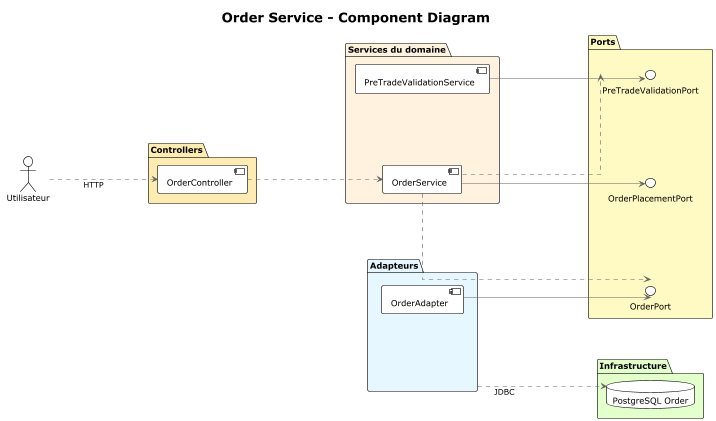
Hugo-12341234/BrokerX_MicroServices keeps this PlantUML diagram as docs/architecture/4+1/developmentView/componentDiagram-order.png. Above is the earlier version.
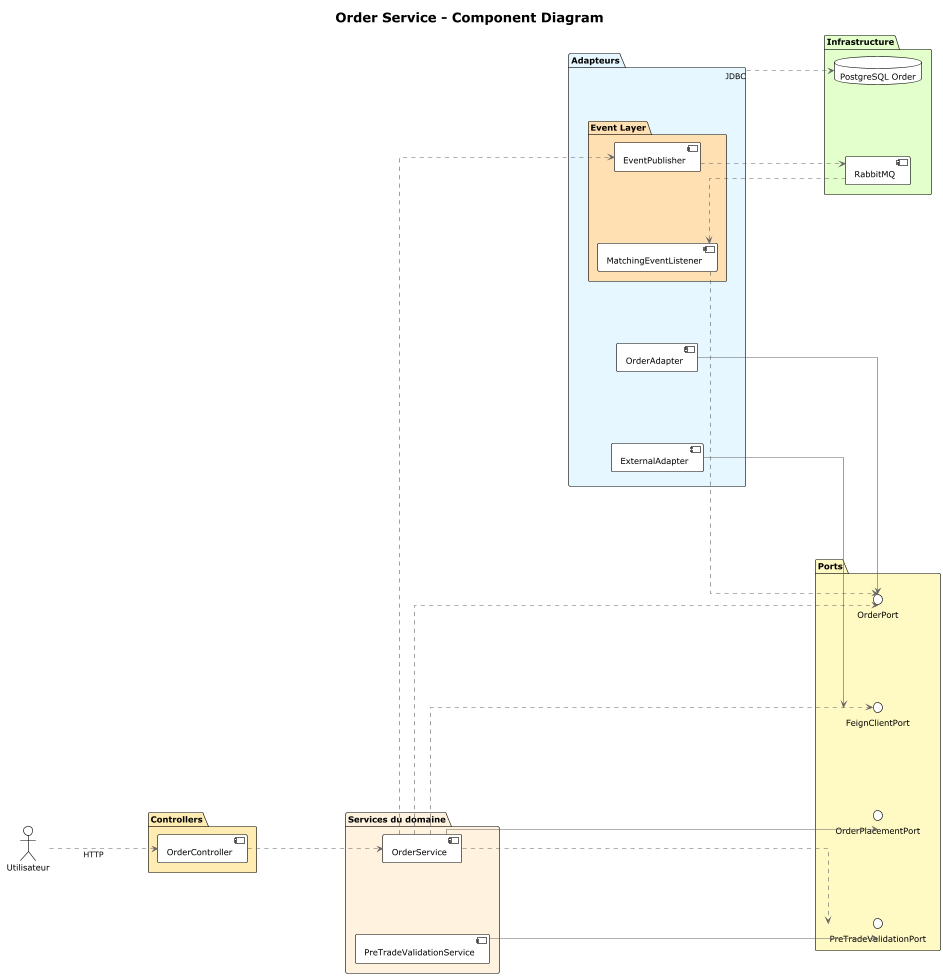
The same file after the commit.

Change to the diagram source:
```diff
@@ -25,16 +25,25 @@
 
 package "Adapteurs" #E6F7FF {
   [OrderAdapter] as OrderAdapter
+
+  package "Event Layer" #FFE0B2 {
+      [MatchingEventListener] as OrderListener
+      [EventPublisher] as EventPublisher
+  }
+
+  [ExternalAdapter] as ExternalAdapter
 }
 
 package "Ports" #FFF9C4 {
   interface "OrderPort" as IOrderPort
   interface "OrderPlacementPort" as IOrderPlacementPort
   interface "PreTradeValidationPort" as IPreTradeValidationPort
+  interface "FeignClientPort" as IFeignClientPort
 }
 
 package "Infrastructure" #E2FFCC {
   database "PostgreSQL Order" as DBOrder
+  component "RabbitMQ" as RabbitMQ
 }
 
 Utilisateur ..> OrderCtrl : HTTP
@@ -45,4 +54,10 @@
 PreTradeValidationSvc --> IPreTradeValidationPort
 OrderAdapter --> IOrderPort
 "Adapteurs" ..> DBOrder : JDBC
+OrderListener ..> IOrderPort
+OrderSvc ..> EventPublisher
+OrderListener <.. RabbitMQ
+EventPublisher ..> RabbitMQ
+ExternalAdapter --> IFeignClientPort
+OrderSvc ..> IFeignClientPort
 @enduml
```
